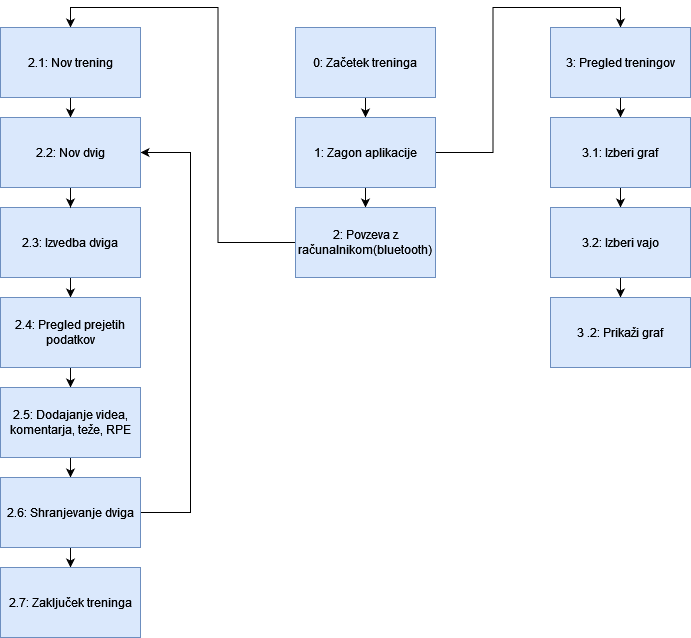
Before: slike/TNUV-Page-1.drawio.png, a diagram exported from draw.io (janpipan/TNUVProjekt). Source tidied: cells renumbered, new cells last; positions are measured from the earlier drawing's top-left corner, leaving out a move shared by most shapes. Its diagram source:
```xml
<mxGraphModel>
  <root>
    <mxCell id="0" />
    <mxCell id="1" parent="0" />
    <mxCell id="2" style="edgeStyle=orthogonalEdgeStyle;rounded=0;jettySize=auto;html=1;entryX=0.5;entryY=0;entryDx=0;entryDy=0;" parent="1" edge="1" source="3" target="6">
      <mxGeometry relative="1" as="geometry" />
    </mxCell>
    <mxCell id="3" value="0: Začetek treninga" style="rounded=0;whiteSpace=wrap;html=1;fillColor=#dae8fc;strokeColor=#6c8ebf;" parent="1" vertex="1">
      <mxGeometry x="295" width="140" height="70" as="geometry" />
    </mxCell>
    <mxCell id="4" style="edgeStyle=orthogonalEdgeStyle;rounded=0;jettySize=auto;html=1;" parent="1" edge="1" source="6" target="8">
      <mxGeometry relative="1" as="geometry" />
    </mxCell>
    <mxCell id="5" style="edgeStyle=orthogonalEdgeStyle;rounded=0;jettySize=auto;html=1;entryX=0.5;entryY=0;entryDx=0;entryDy=0;" parent="1" edge="1" source="6" target="15">
      <mxGeometry relative="1" as="geometry" />
    </mxCell>
    <mxCell id="6" value="1: Zagon aplikacije" style="rounded=0;whiteSpace=wrap;html=1;fillColor=#dae8fc;strokeColor=#6c8ebf;" parent="1" vertex="1">
      <mxGeometry x="295" y="90" width="140" height="70" as="geometry" />
    </mxCell>
    <mxCell id="7" style="edgeStyle=orthogonalEdgeStyle;rounded=0;jettySize=auto;html=1;entryX=0.5;entryY=0;entryDx=0;entryDy=0;" parent="1" edge="1" source="8" target="12">
      <mxGeometry relative="1" as="geometry" />
    </mxCell>
    <mxCell id="8" value="2: Povzeva z računalnikom(bluetooth)" style="rounded=0;whiteSpace=wrap;html=1;fillColor=#dae8fc;strokeColor=#6c8ebf;" parent="1" vertex="1">
      <mxGeometry x="295" y="180" width="140" height="70" as="geometry" />
    </mxCell>
    <mxCell id="9" style="edgeStyle=orthogonalEdgeStyle;rounded=0;jettySize=auto;html=1;entryX=0.5;entryY=0;entryDx=0;entryDy=0;" parent="1" edge="1" source="10" target="17">
      <mxGeometry relative="1" as="geometry" />
    </mxCell>
    <mxCell id="10" value="2.3: Izvedba dviga" style="rounded=0;whiteSpace=wrap;html=1;fillColor=#dae8fc;strokeColor=#6c8ebf;" parent="1" vertex="1">
      <mxGeometry y="180" width="140" height="70" as="geometry" />
    </mxCell>
    <mxCell id="11" style="edgeStyle=orthogonalEdgeStyle;rounded=0;jettySize=auto;html=1;entryX=0.5;entryY=0;entryDx=0;entryDy=0;" parent="1" edge="1" source="12" target="24">
      <mxGeometry relative="1" as="geometry" />
    </mxCell>
    <mxCell id="12" value="2.1: Nov trening" style="rounded=0;whiteSpace=wrap;html=1;fillColor=#dae8fc;strokeColor=#6c8ebf;" parent="1" vertex="1">
      <mxGeometry width="140" height="70" as="geometry" />
    </mxCell>
    <mxCell id="13" style="edgeStyle=orthogonalEdgeStyle;rounded=0;jettySize=auto;html=1;entryX=0.5;entryY=0;entryDx=0;entryDy=0;" parent="1" edge="1" source="28" target="27">
      <mxGeometry relative="1" as="geometry" />
    </mxCell>
    <mxCell id="14" style="edgeStyle=orthogonalEdgeStyle;rounded=0;jettySize=auto;html=1;" parent="1" edge="1" source="15" target="28">
      <mxGeometry relative="1" as="geometry" />
    </mxCell>
    <mxCell id="15" value="3: Pregled treningov" style="rounded=0;whiteSpace=wrap;html=1;fillColor=#dae8fc;strokeColor=#6c8ebf;" parent="1" vertex="1">
      <mxGeometry x="550" width="140" height="70" as="geometry" />
    </mxCell>
    <mxCell id="16" style="edgeStyle=orthogonalEdgeStyle;rounded=0;jettySize=auto;html=1;entryX=0.5;entryY=0;entryDx=0;entryDy=0;" parent="1" edge="1" source="17" target="19">
      <mxGeometry relative="1" as="geometry" />
    </mxCell>
    <mxCell id="17" value="2.4: Pregled prejetih podatkov" style="rounded=0;whiteSpace=wrap;html=1;fillColor=#dae8fc;strokeColor=#6c8ebf;" parent="1" vertex="1">
      <mxGeometry y="270" width="140" height="70" as="geometry" />
    </mxCell>
    <mxCell id="18" style="edgeStyle=orthogonalEdgeStyle;rounded=0;jettySize=auto;html=1;entryX=0.5;entryY=0;entryDx=0;entryDy=0;" parent="1" edge="1" source="19" target="22">
      <mxGeometry relative="1" as="geometry" />
    </mxCell>
    <mxCell id="19" value="2.5: Dodajanje videa, komentarja, teže, RPE" style="rounded=0;whiteSpace=wrap;html=1;fillColor=#dae8fc;strokeColor=#6c8ebf;" parent="1" vertex="1">
      <mxGeometry y="360" width="140" height="70" as="geometry" />
    </mxCell>
    <mxCell id="20" style="edgeStyle=orthogonalEdgeStyle;rounded=0;jettySize=auto;html=1;entryX=0.5;entryY=0;entryDx=0;entryDy=0;" parent="1" edge="1" source="22" target="25">
      <mxGeometry relative="1" as="geometry" />
    </mxCell>
    <mxCell id="21" style="edgeStyle=orthogonalEdgeStyle;rounded=0;jettySize=auto;html=1;entryX=1;entryY=0.5;entryDx=0;entryDy=0;" parent="1" edge="1" source="22" target="24">
      <mxGeometry relative="1" as="geometry">
        <Array as="points">
          <mxPoint x="190" y="485" />
          <mxPoint x="190" y="125" />
        </Array>
      </mxGeometry>
    </mxCell>
    <mxCell id="22" value="2.6: Shranjevanje dviga" style="rounded=0;whiteSpace=wrap;html=1;fillColor=#dae8fc;strokeColor=#6c8ebf;" parent="1" vertex="1">
      <mxGeometry y="450" width="140" height="70" as="geometry" />
    </mxCell>
    <mxCell id="23" style="edgeStyle=orthogonalEdgeStyle;rounded=0;jettySize=auto;html=1;entryX=0.5;entryY=0;entryDx=0;entryDy=0;" parent="1" edge="1" source="24" target="10">
      <mxGeometry relative="1" as="geometry" />
    </mxCell>
    <mxCell id="24" value="2.2: Nov dvig" style="rounded=0;whiteSpace=wrap;html=1;fillColor=#dae8fc;strokeColor=#6c8ebf;" parent="1" vertex="1">
      <mxGeometry y="90" width="140" height="70" as="geometry" />
    </mxCell>
    <mxCell id="25" value="2.7: Zaključek treninga" style="rounded=0;whiteSpace=wrap;html=1;fillColor=#dae8fc;strokeColor=#6c8ebf;" parent="1" vertex="1">
      <mxGeometry y="540" width="140" height="70" as="geometry" />
    </mxCell>
    <mxCell id="26" style="edgeStyle=orthogonalEdgeStyle;rounded=0;jettySize=auto;html=1;entryX=0.5;entryY=0;entryDx=0;entryDy=0;" parent="1" edge="1" source="27" target="29">
      <mxGeometry relative="1" as="geometry" />
    </mxCell>
    <mxCell id="27" value="3.2: Izberi vajo" style="rounded=0;whiteSpace=wrap;html=1;fillColor=#dae8fc;strokeColor=#6c8ebf;" parent="1" vertex="1">
      <mxGeometry x="550" y="180" width="140" height="70" as="geometry" />
    </mxCell>
    <mxCell id="28" value="3.1: Izberi graf" style="rounded=0;whiteSpace=wrap;html=1;fillColor=#dae8fc;strokeColor=#6c8ebf;" parent="1" vertex="1">
      <mxGeometry x="550" y="90" width="140" height="70" as="geometry" />
    </mxCell>
    <mxCell id="29" value="3 .2: Prikaži graf" style="rounded=0;whiteSpace=wrap;html=1;fillColor=#dae8fc;strokeColor=#6c8ebf;" parent="1" vertex="1">
      <mxGeometry x="550" y="270" width="140" height="70" as="geometry" />
    </mxCell>
  </root>
</mxGraphModel>
```
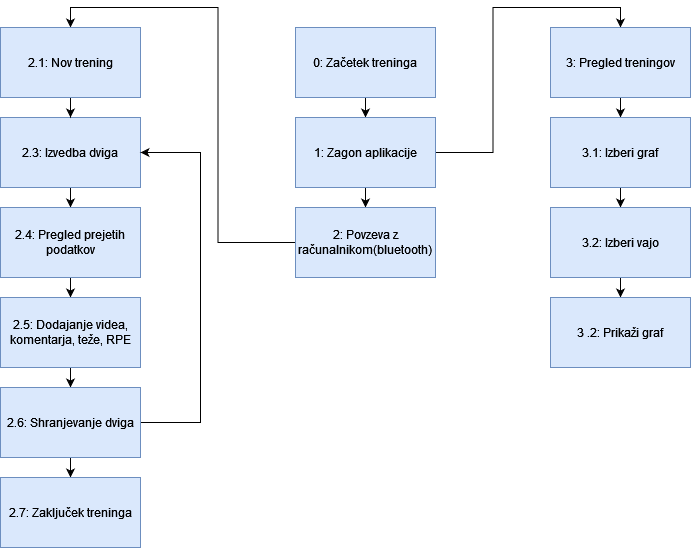
After the commit.

Diff of the diagram source:
```diff
@@ -27,11 +27,11 @@
       <mxGeometry relative="1" as="geometry" />
     </mxCell>
     <mxCell id="10" value="2.3: Izvedba dviga" style="rounded=0;whiteSpace=wrap;html=1;fillColor=#dae8fc;strokeColor=#6c8ebf;" parent="1" vertex="1">
-      <mxGeometry y="180" width="140" height="70" as="geometry" />
+      <mxGeometry y="90" width="140" height="70" as="geometry" />
     </mxCell>
-    <mxCell id="11" style="edgeStyle=orthogonalEdgeStyle;rounded=0;jettySize=auto;html=1;entryX=0.5;entryY=0;entryDx=0;entryDy=0;" parent="1" edge="1" source="12" target="24">
-      <mxGeometry relative="1" as="geometry" />
-    </mxCell>
+    <mxCell id="30" style="edgeStyle=orthogonalEdgeStyle;rounded=0;jettySize=auto;html=1;" parent="1" edge="1" source="12" target="10">
+      <mxGeometry relative="1" as="geometry" />
+    </mxCell>
     <mxCell id="12" value="2.1: Nov trening" style="rounded=0;whiteSpace=wrap;html=1;fillColor=#dae8fc;strokeColor=#6c8ebf;" parent="1" vertex="1">
       <mxGeometry width="140" height="70" as="geometry" />
     </mxCell>
@@ -48,36 +48,30 @@
       <mxGeometry relative="1" as="geometry" />
     </mxCell>
     <mxCell id="17" value="2.4: Pregled prejetih podatkov" style="rounded=0;whiteSpace=wrap;html=1;fillColor=#dae8fc;strokeColor=#6c8ebf;" parent="1" vertex="1">
-      <mxGeometry y="270" width="140" height="70" as="geometry" />
+      <mxGeometry y="180" width="140" height="70" as="geometry" />
     </mxCell>
     <mxCell id="18" style="edgeStyle=orthogonalEdgeStyle;rounded=0;jettySize=auto;html=1;entryX=0.5;entryY=0;entryDx=0;entryDy=0;" parent="1" edge="1" source="19" target="22">
       <mxGeometry relative="1" as="geometry" />
     </mxCell>
     <mxCell id="19" value="2.5: Dodajanje videa, komentarja, teže, RPE" style="rounded=0;whiteSpace=wrap;html=1;fillColor=#dae8fc;strokeColor=#6c8ebf;" parent="1" vertex="1">
-      <mxGeometry y="360" width="140" height="70" as="geometry" />
+      <mxGeometry y="270" width="140" height="70" as="geometry" />
     </mxCell>
     <mxCell id="20" style="edgeStyle=orthogonalEdgeStyle;rounded=0;jettySize=auto;html=1;entryX=0.5;entryY=0;entryDx=0;entryDy=0;" parent="1" edge="1" source="22" target="25">
       <mxGeometry relative="1" as="geometry" />
     </mxCell>
-    <mxCell id="21" style="edgeStyle=orthogonalEdgeStyle;rounded=0;jettySize=auto;html=1;entryX=1;entryY=0.5;entryDx=0;entryDy=0;" parent="1" edge="1" source="22" target="24">
-      <mxGeometry relative="1" as="geometry">
-        <Array as="points">
-          <mxPoint x="190" y="485" />
-          <mxPoint x="190" y="125" />
-        </Array>
-      </mxGeometry>
-    </mxCell>
+    <mxCell id="31" style="edgeStyle=orthogonalEdgeStyle;rounded=0;jettySize=auto;html=1;entryX=1;entryY=0.5;entryDx=0;entryDy=0;" parent="1" edge="1" source="22" target="10">
+      <mxGeometry relative="1" as="geometry">
+        <Array as="points">
+          <mxPoint x="200" y="395" />
+          <mxPoint x="200" y="125" />
+        </Array>
+      </mxGeometry>
+    </mxCell>
     <mxCell id="22" value="2.6: Shranjevanje dviga" style="rounded=0;whiteSpace=wrap;html=1;fillColor=#dae8fc;strokeColor=#6c8ebf;" parent="1" vertex="1">
-      <mxGeometry y="450" width="140" height="70" as="geometry" />
+      <mxGeometry y="360" width="140" height="70" as="geometry" />
     </mxCell>
-    <mxCell id="23" style="edgeStyle=orthogonalEdgeStyle;rounded=0;jettySize=auto;html=1;entryX=0.5;entryY=0;entryDx=0;entryDy=0;" parent="1" edge="1" source="24" target="10">
-      <mxGeometry relative="1" as="geometry" />
-    </mxCell>
-    <mxCell id="24" value="2.2: Nov dvig" style="rounded=0;whiteSpace=wrap;html=1;fillColor=#dae8fc;strokeColor=#6c8ebf;" parent="1" vertex="1">
-      <mxGeometry y="90" width="140" height="70" as="geometry" />
-    </mxCell>
     <mxCell id="25" value="2.7: Zaključek treninga" style="rounded=0;whiteSpace=wrap;html=1;fillColor=#dae8fc;strokeColor=#6c8ebf;" parent="1" vertex="1">
-      <mxGeometry y="540" width="140" height="70" as="geometry" />
+      <mxGeometry y="450" width="140" height="70" as="geometry" />
     </mxCell>
     <mxCell id="26" style="edgeStyle=orthogonalEdgeStyle;rounded=0;jettySize=auto;html=1;entryX=0.5;entryY=0;entryDx=0;entryDy=0;" parent="1" edge="1" source="27" target="29">
       <mxGeometry relative="1" as="geometry" />
```
